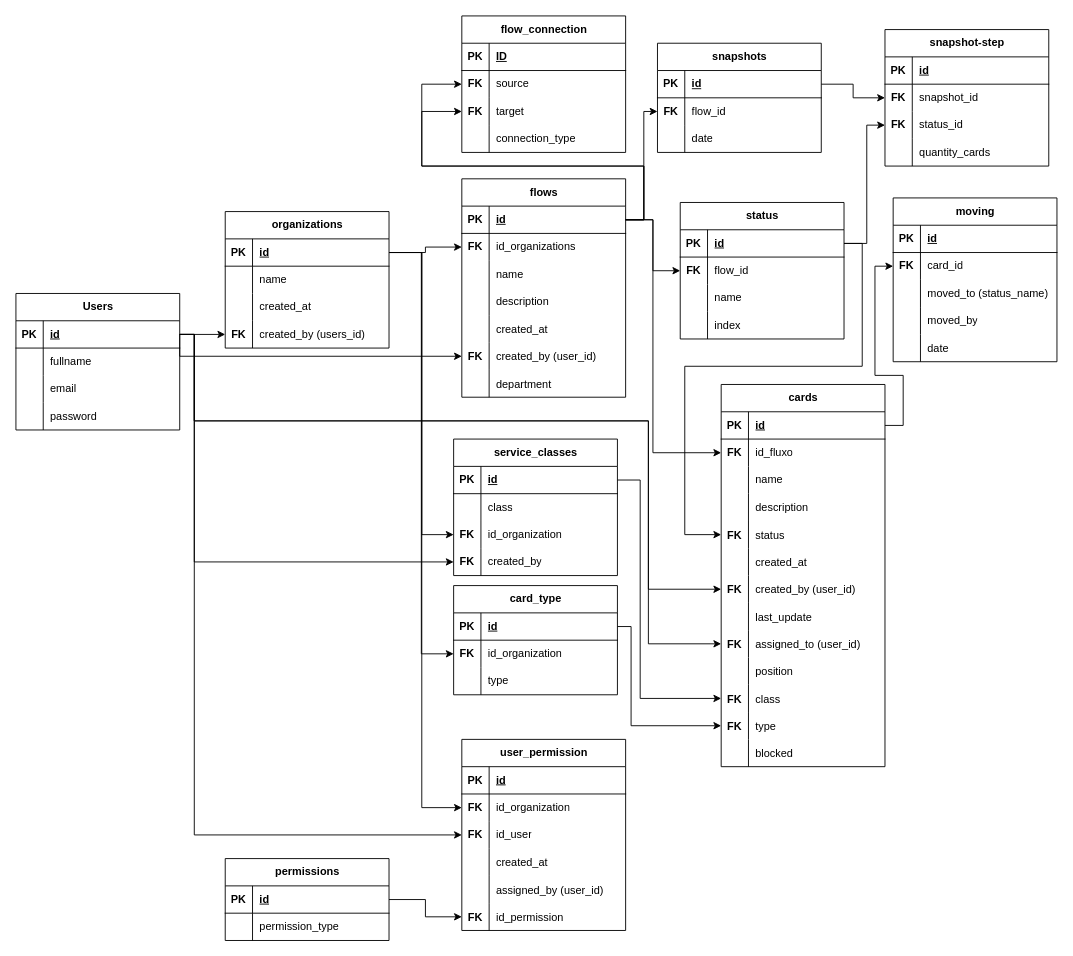
The draw.io diagram tabelas.drawio in andrechamelete/flow-management, before the edit. Source tidied: cells renumbered, new cells numbered last; positions are measured from the earlier drawing's top-left corner, leaving out a move shared by most shapes. Both pictures are drawn from the tidied source at 91%, with x=0, y=0 at pixel (15, 15).
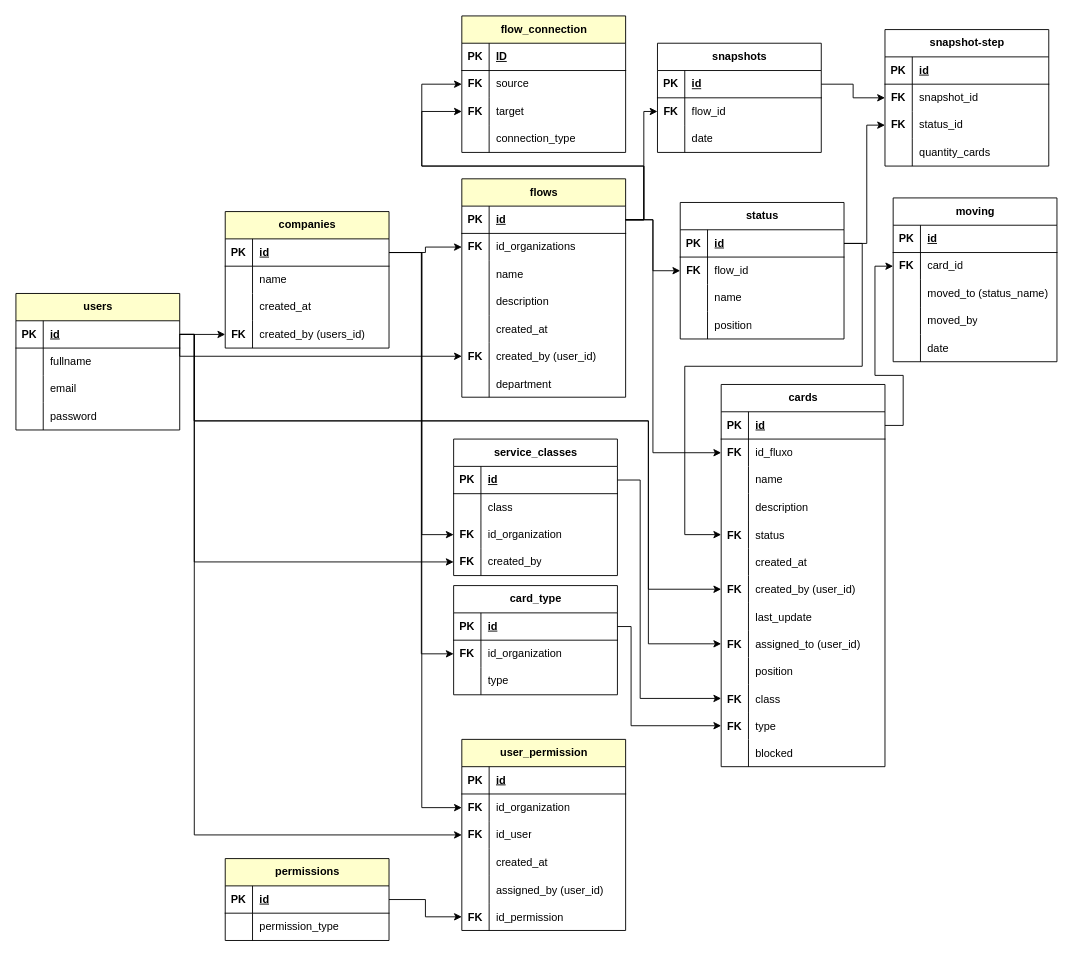
The same diagram, later.

Commit message (it also covers changes not shown here):
tables schema

The change refers to these unchanged cells:
```xml
<mxCell id="108" style="shape=tableRow;horizontal=0;startSize=0;swimlaneHead=0;swimlaneBody=0;fillColor=none;top=0;left=0;right=0;bottom=0;" parent="98" vertex="1">
  <mxGeometry y="120" width="180" height="30" as="geometry" />
</mxCell>
```

What changed in the source:
```diff
@@
-    <mxCell id="2" value="Users" style="shape=table;startSize=30;childLayout=tableLayout;rowLines=0;fontStyle=1;align=center;html=1;" parent="1" vertex="1">
+    <mxCell id="2" value="u&lt;span style=&quot;background-color: transparent; color: light-dark(rgb(0, 0, 0), rgb(255, 255, 255));&quot;&gt;sers&lt;/span&gt;" style="shape=table;startSize=30;childLayout=tableLayout;rowLines=0;fontStyle=1;align=center;html=1;fillColor=#FFFFCC;" parent="1" vertex="1">
       <mxGeometry y="305" width="180" height="150" as="geometry" />
     </mxCell>
@@
-    <mxCell id="15" value="organizations" style="shape=table;startSize=30;childLayout=tableLayout;rowLines=0;fontStyle=1;align=center;html=1;" parent="1" vertex="1">
+    <mxCell id="15" value="companies" style="shape=table;startSize=30;childLayout=tableLayout;rowLines=0;fontStyle=1;align=center;html=1;fillColor=#FFFFCC;" parent="1" vertex="1">
       <mxGeometry x="230" y="215" width="180" height="150" as="geometry" />
     </mxCell>
@@
-    <mxCell id="28" value="flows" style="shape=table;startSize=30;childLayout=tableLayout;rowLines=0;fontStyle=1;align=center;html=1;" parent="1" vertex="1">
+    <mxCell id="28" value="flows" style="shape=table;startSize=30;childLayout=tableLayout;rowLines=0;fontStyle=1;align=center;html=1;fillColor=#FFFFCC;" parent="1" vertex="1">
       <mxGeometry x="490" y="179" width="180" height="240" as="geometry" />
     </mxCell>
@@
-    <mxCell id="51" value="permissions" style="shape=table;startSize=30;childLayout=tableLayout;rowLines=0;fontStyle=1;align=center;html=1;" parent="1" vertex="1">
+    <mxCell id="51" value="permissions" style="shape=table;startSize=30;childLayout=tableLayout;rowLines=0;fontStyle=1;align=center;html=1;fillColor=#FFFFCC;" parent="1" vertex="1">
       <mxGeometry x="230" y="926" width="180" height="90" as="geometry" />
     </mxCell>
@@
-    <mxCell id="110" value="index" style="shape=partialRectangle;fillColor=none;top=0;left=0;bottom=0;right=0;align=left;spacingLeft=6;overflow=hidden;whiteSpace=wrap;html=1;" parent="108" vertex="1">
+    <mxCell id="110" value="position" style="shape=partialRectangle;fillColor=none;top=0;left=0;bottom=0;right=0;align=left;spacingLeft=6;overflow=hidden;whiteSpace=wrap;html=1;" parent="108" vertex="1">
       <mxGeometry x="30" width="150" height="30" as="geometry" />
     </mxCell>
@@
-    <mxCell id="139" value="user_permission" style="shape=table;startSize=30;childLayout=tableLayout;rowLines=0;fontStyle=1;align=center;html=1;" parent="1" vertex="1">
+    <mxCell id="139" value="user_permission" style="shape=table;startSize=30;childLayout=tableLayout;rowLines=0;fontStyle=1;align=center;html=1;fillColor=#FFFFCC;" parent="1" vertex="1">
       <mxGeometry x="490" y="795" width="180" height="210" as="geometry" />
     </mxCell>
@@
-    <mxCell id="212" value="flow_connection" style="shape=table;startSize=30;childLayout=tableLayout;rowLines=0;fontStyle=1;align=center;html=1;" parent="1" vertex="1">
+    <mxCell id="212" value="flow_connection" style="shape=table;startSize=30;childLayout=tableLayout;rowLines=0;fontStyle=1;align=center;html=1;fillColor=#FFFFCC;" parent="1" vertex="1">
       <mxGeometry x="490" width="180" height="150" as="geometry" />
     </mxCell>
```
